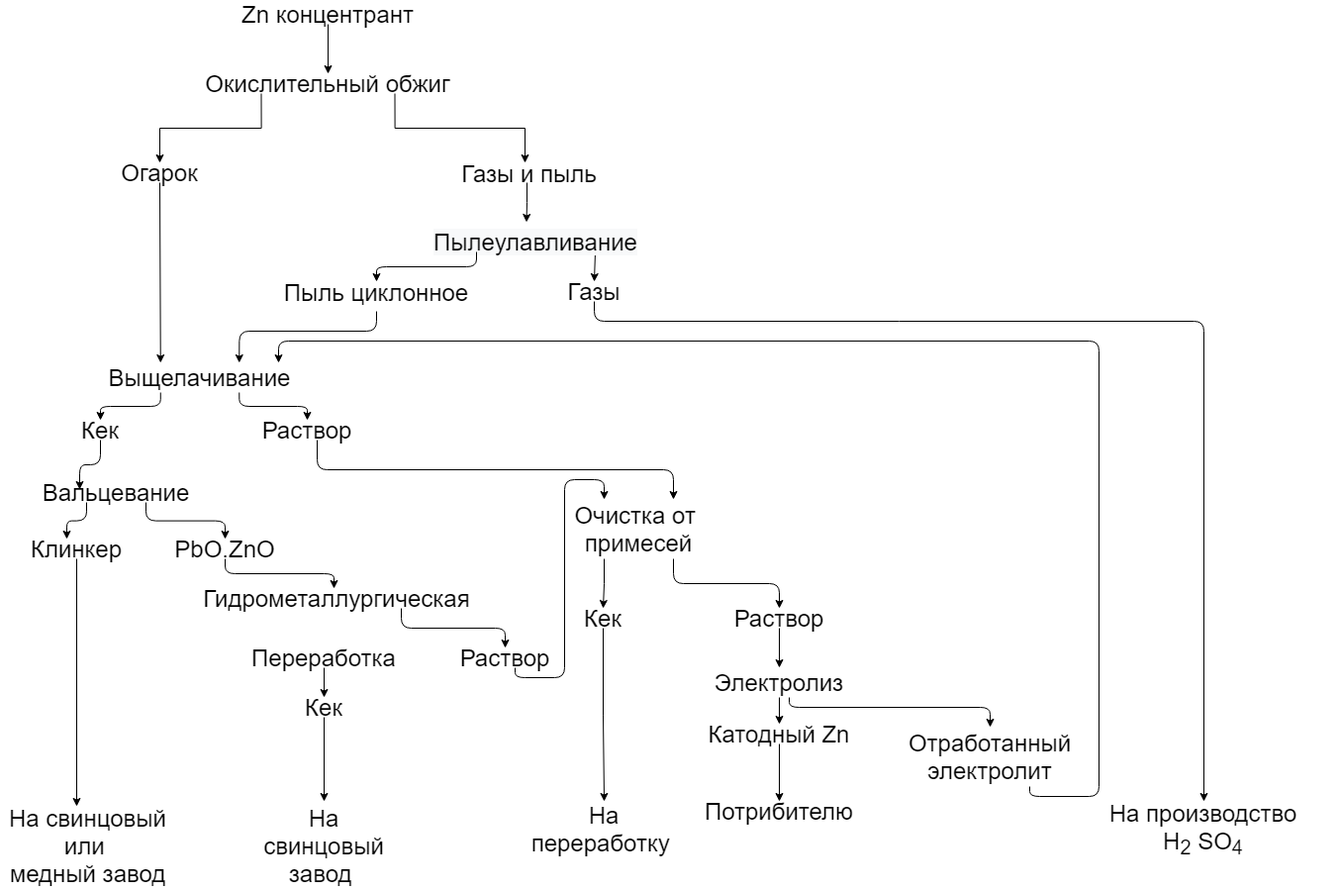
The draw.io diagram Firuz_sxema.png in Begmurod/Sxema_set, before a commit. Source tidied: cells renumbered, new cells last; positions are measured from the earlier drawing's top-left corner, leaving out a move shared by most shapes.
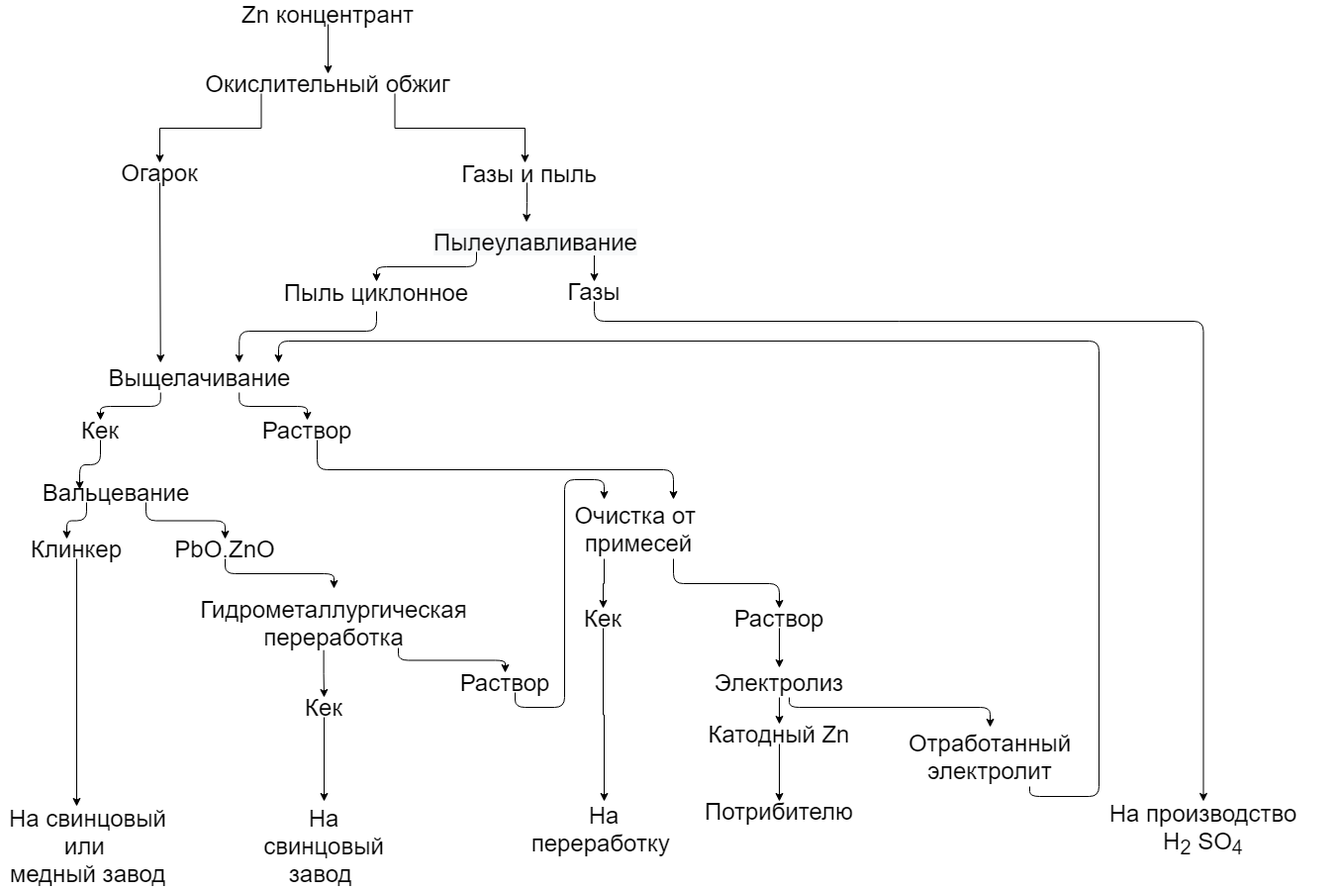
After the commit.

Diff of the diagram source:
```diff
@@ -115,20 +115,17 @@
     <mxCell id="32" style="endArrow=classic;html=1;exitX=0.75;exitY=1;exitDx=0;exitDy=0;entryX=0.5;entryY=0;entryDx=0;entryDy=0;edgeStyle=orthogonalEdgeStyle;" parent="1" edge="1" source="25" target="31">
       <mxGeometry relative="1" as="geometry" />
     </mxCell>
-    <mxCell id="33" value="&lt;span style=&quot;font-size: 24px&quot;&gt;Гидрометаллургическая&lt;/span&gt;" style="text;html=1;strokeColor=none;fillColor=none;align=center;verticalAlign=middle;whiteSpace=wrap;rounded=0;" parent="1" vertex="1">
-      <mxGeometry x="210" y="590" width="260" height="20" as="geometry" />
+    <mxCell id="33" value="&lt;span style=&quot;font-size: 24px&quot;&gt;Гидрометаллургическая&lt;br&gt;&lt;/span&gt;&lt;span style=&quot;font-size: 24px&quot;&gt;переработка&lt;/span&gt;&lt;span style=&quot;font-size: 24px&quot;&gt;&lt;br&gt;&lt;/span&gt;" style="text;html=1;strokeColor=none;fillColor=none;align=center;verticalAlign=middle;whiteSpace=wrap;rounded=0;" parent="1" vertex="1">
+      <mxGeometry x="207" y="600" width="260" height="50" as="geometry" />
     </mxCell>
     <mxCell id="34" style="endArrow=classic;html=1;exitX=0.5;exitY=1;exitDx=0;exitDy=0;edgeStyle=orthogonalEdgeStyle;" parent="1" edge="1" source="31">
       <mxGeometry relative="1" as="geometry">
         <mxPoint x="337" y="590" as="targetPoint" />
       </mxGeometry>
     </mxCell>
-    <mxCell id="35" style="edgeStyle=orthogonalEdgeStyle;rounded=0;jettySize=auto;html=1;exitX=0.5;exitY=1;exitDx=0;exitDy=0;entryX=0.5;entryY=0;entryDx=0;entryDy=0;" parent="1" edge="1" source="36" target="38">
+    <mxCell id="35" style="edgeStyle=orthogonalEdgeStyle;rounded=0;jettySize=auto;html=1;exitX=0.46;exitY=1.044;exitDx=0;exitDy=0;entryX=0.5;entryY=0;entryDx=0;entryDy=0;exitPerimeter=0;" parent="1" edge="1" source="33" target="38">
       <mxGeometry relative="1" as="geometry" />
     </mxCell>
-    <mxCell id="36" value="&lt;span style=&quot;font-size: 24px&quot;&gt;Переработка&lt;/span&gt;" style="text;html=1;strokeColor=none;fillColor=none;align=center;verticalAlign=middle;whiteSpace=wrap;rounded=0;" parent="1" vertex="1">
-      <mxGeometry x="307" y="650" width="40" height="20" as="geometry" />
-    </mxCell>
     <mxCell id="37" style="edgeStyle=orthogonalEdgeStyle;rounded=0;jettySize=auto;html=1;exitX=0.5;exitY=1;exitDx=0;exitDy=0;entryX=0.5;entryY=0;entryDx=0;entryDy=0;" parent="1" edge="1" source="38" target="39">
       <mxGeometry relative="1" as="geometry" />
     </mxCell>
@@ -139,7 +136,7 @@
       <mxGeometry x="247" y="805" width="160" height="90" as="geometry" />
     </mxCell>
     <mxCell id="40" value="&lt;font style=&quot;vertical-align: inherit ; font-size: 24px&quot;&gt;Раствор&lt;/font&gt;&lt;span style=&quot;color: rgba(0 , 0 , 0 , 0) ; font-family: monospace ; font-size: 0px&quot;&gt;%3CmxGraphModel%3E%3Croot%3E%3CmxCell%20id%3D%220%22%2F%3E%3CmxCell%20id%3D%221%22%20parent%3D%220%22%2F%3E%3CmxCell%20id%3D%222%22%20value%3D%22%26lt%3Bfont%20style%3D%26quot%3Bvertical-align%3A%20inherit%26quot%3B%26gt%3B%26lt%3Bfont%20style%3D%26quot%3Bvertical-align%3A%20inherit%20%3B%20font-size%3A%2024px%26quot%3B%26gt%3B%D0%9A%D0%B5%D0%BA%26lt%3B%2Ffont%26gt%3B%26lt%3B%2Ffont%26gt%3B%22%20style%3D%22text%3Bhtml%3D1%3BstrokeColor%3Dnone%3BfillColor%3Dnone%3Balign%3Dcenter%3BverticalAlign%3Dmiddle%3BwhiteSpace%3Dwrap%3Brounded%3D0%3B%22%20vertex%3D%221%22%20parent%3D%221%22%3E%3CmxGeometry%20x%3D%22317%22%20y%3D%22780%22%20width%3D%2240%22%20height%3D%2220%22%20as%3D%22geometry%22%2F%3E%3C%2FmxCell%3E%3C%2Froot%3E%3C%2FmxGraphModel%3E&lt;/span&gt;" style="text;html=1;strokeColor=none;fillColor=none;align=center;verticalAlign=middle;whiteSpace=wrap;rounded=0;" parent="1" vertex="1">
-      <mxGeometry x="490" y="650" width="40" height="20" as="geometry" />
+      <mxGeometry x="490" y="675" width="40" height="20" as="geometry" />
     </mxCell>
     <mxCell id="41" style="endArrow=classic;html=1;exitX=0.75;exitY=1;exitDx=0;exitDy=0;entryX=0.5;entryY=0;entryDx=0;entryDy=0;edgeStyle=orthogonalEdgeStyle;" parent="1" edge="1" source="33" target="40">
       <mxGeometry relative="1" as="geometry" />
@@ -156,8 +153,8 @@
     <mxCell id="45" style="endArrow=classic;html=1;exitX=0.75;exitY=1;exitDx=0;exitDy=0;entryX=0.25;entryY=0;entryDx=0;entryDy=0;edgeStyle=orthogonalEdgeStyle;" parent="1" edge="1" source="40" target="43">
       <mxGeometry relative="1" as="geometry">
         <Array as="points">
-          <mxPoint x="520" y="680" />
-          <mxPoint x="570" y="680" />
+          <mxPoint x="520" y="710" />
+          <mxPoint x="570" y="710" />
           <mxPoint x="570" y="480" />
           <mxPoint x="610" y="480" />
         </Array>
```
